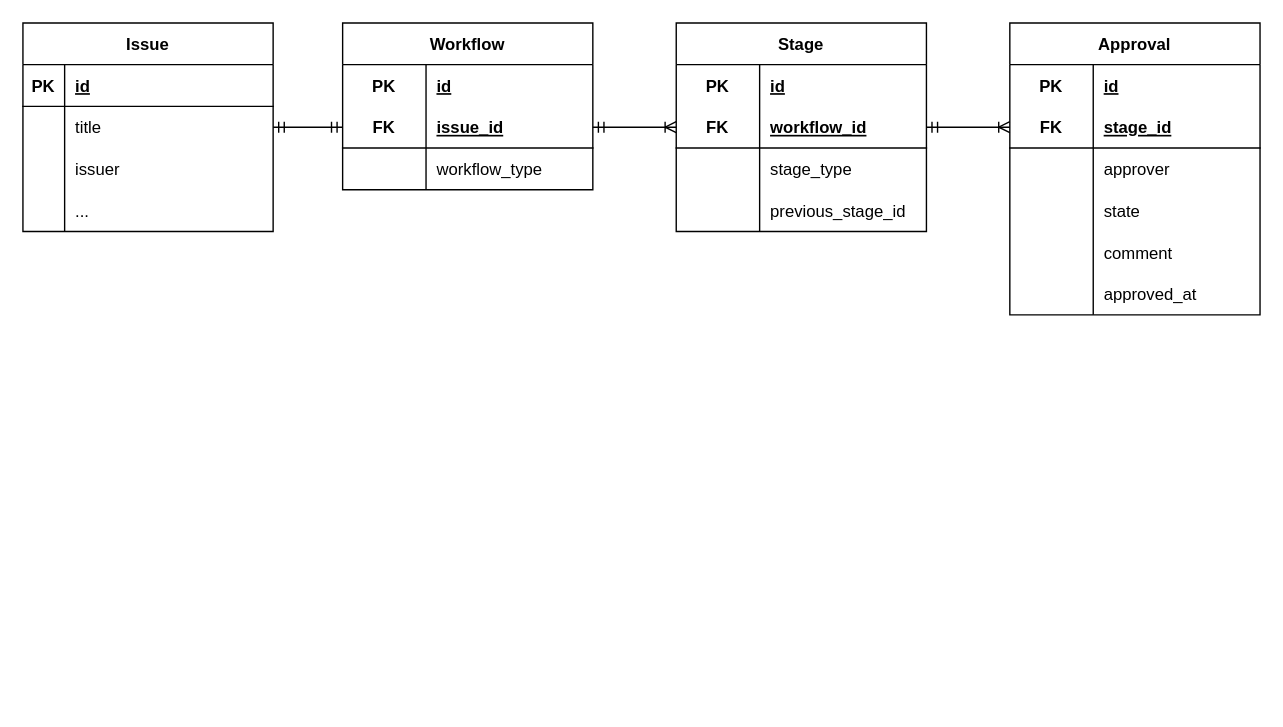
xaver-tomihiro-toyozaki/drf-tutorial keeps this draw.io diagram as workflow.dio. Above is the earlier version. Source tidied: cells renumbered, new cells numbered last; positions are measured from the earlier drawing's top-left corner, leaving out a move shared by most shapes. Both pictures are drawn from the tidied source at 139%, with x=0, y=0 at pixel (22, 22).
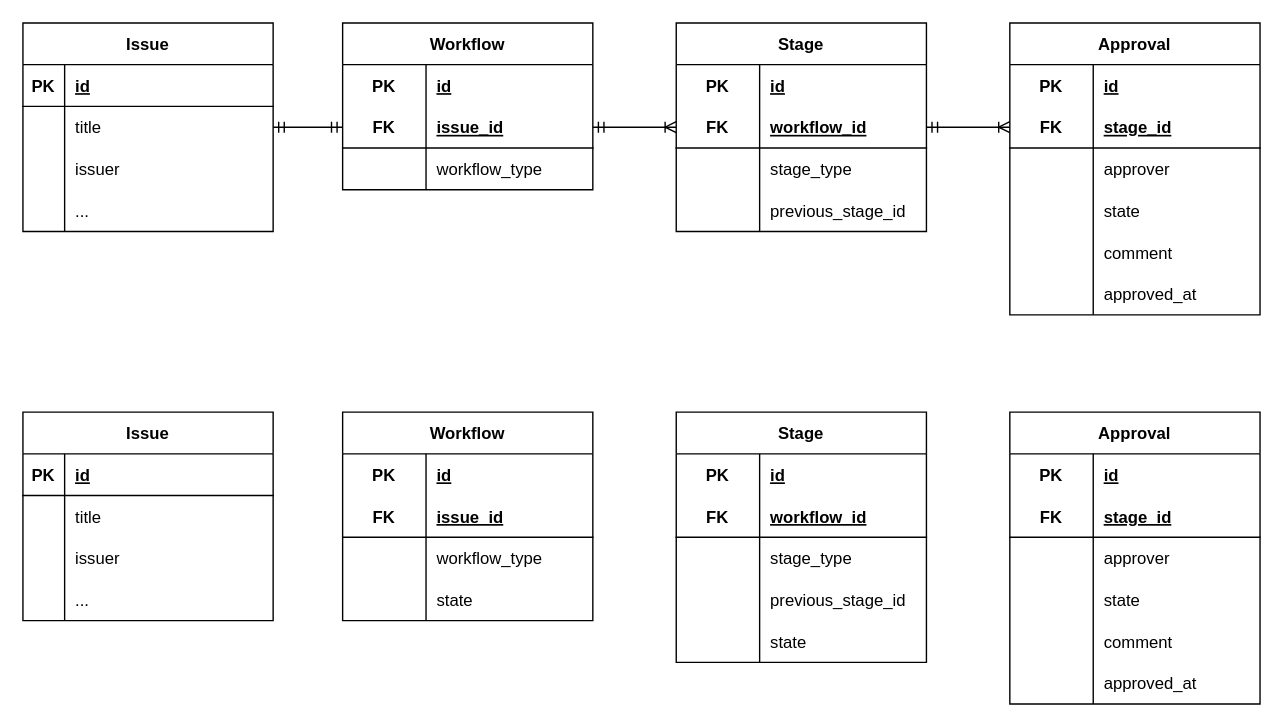
The same diagram, later.

The edit, as a diff of the source:
```diff
@@
+    <mxCell id="60" value="Issue" style="shape=table;startSize=30;childLayout=tableLayout;rowLines=0;fontStyle=1;align=center;" parent="1" vertex="1">
+      <mxGeometry y="280" width="180" height="150" as="geometry" />
+    </mxCell>
+    <mxCell id="61" style="shape=tableRow;horizontal=0;startSize=0;swimlaneHead=0;swimlaneBody=0;fillColor=none;top=0;left=0;right=0;bottom=1;" parent="60" vertex="1">
+      <mxGeometry y="30" width="180" height="30" as="geometry" />
+    </mxCell>
+    <mxCell id="62" value="PK" style="shape=partialRectangle;fillColor=none;top=0;left=0;bottom=0;right=0;fontStyle=1;overflow=hidden;" parent="61" vertex="1">
+      <mxGeometry width="30" height="30" as="geometry" />
+    </mxCell>
+    <mxCell id="63" value="id" style="shape=partialRectangle;fillColor=none;top=0;left=0;bottom=0;right=0;align=left;spacingLeft=6;fontStyle=5;overflow=hidden;" parent="61" vertex="1">
+      <mxGeometry x="30" width="150" height="30" as="geometry" />
+    </mxCell>
+    <mxCell id="64" style="shape=tableRow;horizontal=0;startSize=0;swimlaneHead=0;swimlaneBody=0;fillColor=none;top=0;left=0;right=0;bottom=0;" parent="60" vertex="1">
+      <mxGeometry y="60" width="180" height="30" as="geometry" />
+    </mxCell>
+    <mxCell id="65" style="shape=partialRectangle;fillColor=none;top=0;left=0;bottom=0;right=0;overflow=hidden;" parent="64" vertex="1">
+      <mxGeometry width="30" height="30" as="geometry" />
+    </mxCell>
+    <mxCell id="66" value="title" style="shape=partialRectangle;fillColor=none;top=0;left=0;bottom=0;right=0;align=left;spacingLeft=6;overflow=hidden;" parent="64" vertex="1">
+      <mxGeometry x="30" width="150" height="30" as="geometry" />
+    </mxCell>
+    <mxCell id="67" style="shape=tableRow;horizontal=0;startSize=0;swimlaneHead=0;swimlaneBody=0;fillColor=none;top=0;left=0;right=0;bottom=0;" parent="60" vertex="1">
+      <mxGeometry y="90" width="180" height="30" as="geometry" />
+    </mxCell>
+    <mxCell id="68" style="shape=partialRectangle;fillColor=none;top=0;left=0;bottom=0;right=0;overflow=hidden;" parent="67" vertex="1">
+      <mxGeometry width="30" height="30" as="geometry" />
+    </mxCell>
+    <mxCell id="69" value="issuer" style="shape=partialRectangle;fillColor=none;top=0;left=0;bottom=0;right=0;align=left;spacingLeft=6;overflow=hidden;" parent="67" vertex="1">
+      <mxGeometry x="30" width="150" height="30" as="geometry" />
+    </mxCell>
+    <mxCell id="70" style="shape=tableRow;horizontal=0;startSize=0;swimlaneHead=0;swimlaneBody=0;fillColor=none;top=0;left=0;right=0;bottom=0;" parent="60" vertex="1">
+      <mxGeometry y="120" width="180" height="30" as="geometry" />
+    </mxCell>
+    <mxCell id="71" style="shape=partialRectangle;fillColor=none;top=0;left=0;bottom=0;right=0;overflow=hidden;" parent="70" vertex="1">
+      <mxGeometry width="30" height="30" as="geometry" />
+    </mxCell>
+    <mxCell id="72" value="..." style="shape=partialRectangle;fillColor=none;top=0;left=0;bottom=0;right=0;align=left;spacingLeft=6;overflow=hidden;" parent="70" vertex="1">
+      <mxGeometry x="30" width="150" height="30" as="geometry" />
+    </mxCell>
+    <mxCell id="73" value="Workflow" style="shape=table;startSize=30;childLayout=tableLayout;rowLines=0;fontStyle=1;align=center;" parent="1" vertex="1">
+      <mxGeometry x="230" y="280" width="180" height="150" as="geometry" />
+    </mxCell>
+    <mxCell id="74" style="shape=tableRow;horizontal=0;startSize=0;swimlaneHead=0;swimlaneBody=0;fillColor=none;top=0;left=0;right=0;bottom=0;" parent="73" vertex="1">
+      <mxGeometry y="30" width="180" height="30" as="geometry" />
+    </mxCell>
+    <mxCell id="75" value="PK" style="shape=partialRectangle;fillColor=none;top=0;left=0;bottom=0;right=0;fontStyle=1;overflow=hidden;" parent="74" vertex="1">
+      <mxGeometry width="60" height="30" as="geometry" />
+    </mxCell>
+    <mxCell id="76" value="id" style="shape=partialRectangle;fillColor=none;top=0;left=0;bottom=0;right=0;align=left;spacingLeft=6;fontStyle=5;overflow=hidden;" parent="74" vertex="1">
+      <mxGeometry x="60" width="120" height="30" as="geometry" />
+    </mxCell>
+    <mxCell id="77" style="shape=tableRow;horizontal=0;startSize=0;swimlaneHead=0;swimlaneBody=0;fillColor=none;top=0;left=0;right=0;bottom=1;" parent="73" vertex="1">
+      <mxGeometry y="60" width="180" height="30" as="geometry" />
+    </mxCell>
+    <mxCell id="78" value="FK" style="shape=partialRectangle;fillColor=none;top=0;left=0;bottom=0;right=0;fontStyle=1;overflow=hidden;" parent="77" vertex="1">
+      <mxGeometry width="60" height="30" as="geometry" />
+    </mxCell>
+    <mxCell id="79" value="issue_id" style="shape=partialRectangle;fillColor=none;top=0;left=0;bottom=0;right=0;align=left;spacingLeft=6;fontStyle=5;overflow=hidden;" parent="77" vertex="1">
+      <mxGeometry x="60" width="120" height="30" as="geometry" />
+    </mxCell>
+    <mxCell id="80" style="shape=tableRow;horizontal=0;startSize=0;swimlaneHead=0;swimlaneBody=0;fillColor=none;top=0;left=0;right=0;bottom=0;" parent="73" vertex="1">
+      <mxGeometry y="90" width="180" height="30" as="geometry" />
+    </mxCell>
+    <mxCell id="81" style="shape=partialRectangle;fillColor=none;top=0;left=0;bottom=0;right=0;overflow=hidden;" parent="80" vertex="1">
+      <mxGeometry width="60" height="30" as="geometry" />
+    </mxCell>
+    <mxCell id="82" value="workflow_type" style="shape=partialRectangle;fillColor=none;top=0;left=0;bottom=0;right=0;align=left;spacingLeft=6;overflow=hidden;" parent="80" vertex="1">
+      <mxGeometry x="60" width="120" height="30" as="geometry" />
+    </mxCell>
+    <mxCell id="83" style="shape=tableRow;horizontal=0;startSize=0;swimlaneHead=0;swimlaneBody=0;fillColor=none;top=0;left=0;right=0;bottom=0;" parent="73" vertex="1">
+      <mxGeometry y="120" width="180" height="30" as="geometry" />
+    </mxCell>
+    <mxCell id="84" style="shape=partialRectangle;fillColor=none;top=0;left=0;bottom=0;right=0;overflow=hidden;" parent="83" vertex="1">
+      <mxGeometry width="60" height="30" as="geometry" />
+    </mxCell>
+    <mxCell id="85" value="state" style="shape=partialRectangle;fillColor=none;top=0;left=0;bottom=0;right=0;align=left;spacingLeft=6;overflow=hidden;" parent="83" vertex="1">
+      <mxGeometry x="60" width="120" height="30" as="geometry" />
+    </mxCell>
+    <mxCell id="86" value="Stage" style="shape=table;startSize=30;childLayout=tableLayout;rowLines=0;fontStyle=1;align=center;" parent="1" vertex="1">
+      <mxGeometry x="470" y="280" width="180" height="180" as="geometry" />
+    </mxCell>
+    <mxCell id="87" style="shape=tableRow;horizontal=0;startSize=0;swimlaneHead=0;swimlaneBody=0;fillColor=none;top=0;left=0;right=0;bottom=0;" parent="86" vertex="1">
+      <mxGeometry y="30" width="180" height="30" as="geometry" />
+    </mxCell>
+    <mxCell id="88" value="PK" style="shape=partialRectangle;fillColor=none;top=0;left=0;bottom=0;right=0;fontStyle=1;overflow=hidden;" parent="87" vertex="1">
+      <mxGeometry width="60" height="30" as="geometry" />
+    </mxCell>
+    <mxCell id="89" value="id" style="shape=partialRectangle;fillColor=none;top=0;left=0;bottom=0;right=0;align=left;spacingLeft=6;fontStyle=5;overflow=hidden;" parent="87" vertex="1">
+      <mxGeometry x="60" width="120" height="30" as="geometry" />
+    </mxCell>
+    <mxCell id="90" style="shape=tableRow;horizontal=0;startSize=0;swimlaneHead=0;swimlaneBody=0;fillColor=none;top=0;left=0;right=0;bottom=1;" parent="86" vertex="1">
+      <mxGeometry y="60" width="180" height="30" as="geometry" />
+    </mxCell>
+    <mxCell id="91" value="FK" style="shape=partialRectangle;fillColor=none;top=0;left=0;bottom=0;right=0;fontStyle=1;overflow=hidden;" parent="90" vertex="1">
+      <mxGeometry width="60" height="30" as="geometry" />
+    </mxCell>
+    <mxCell id="92" value="workflow_id" style="shape=partialRectangle;fillColor=none;top=0;left=0;bottom=0;right=0;align=left;spacingLeft=6;fontStyle=5;overflow=hidden;" parent="90" vertex="1">
+      <mxGeometry x="60" width="120" height="30" as="geometry" />
+    </mxCell>
+    <mxCell id="93" style="shape=tableRow;horizontal=0;startSize=0;swimlaneHead=0;swimlaneBody=0;fillColor=none;top=0;left=0;right=0;bottom=0;" parent="86" vertex="1">
+      <mxGeometry y="90" width="180" height="30" as="geometry" />
+    </mxCell>
+    <mxCell id="94" style="shape=partialRectangle;fillColor=none;top=0;left=0;bottom=0;right=0;overflow=hidden;" parent="93" vertex="1">
+      <mxGeometry width="60" height="30" as="geometry" />
+    </mxCell>
+    <mxCell id="95" value="stage_type" style="shape=partialRectangle;fillColor=none;top=0;left=0;bottom=0;right=0;align=left;spacingLeft=6;overflow=hidden;" parent="93" vertex="1">
+      <mxGeometry x="60" width="120" height="30" as="geometry" />
+    </mxCell>
+    <mxCell id="96" style="shape=tableRow;horizontal=0;startSize=0;swimlaneHead=0;swimlaneBody=0;fillColor=none;top=0;left=0;right=0;bottom=0;" parent="86" vertex="1">
+      <mxGeometry y="120" width="180" height="30" as="geometry" />
+    </mxCell>
+    <mxCell id="97" style="shape=partialRectangle;fillColor=none;top=0;left=0;bottom=0;right=0;overflow=hidden;" parent="96" vertex="1">
+      <mxGeometry width="60" height="30" as="geometry" />
+    </mxCell>
+    <mxCell id="98" value="previous_stage_id" style="shape=partialRectangle;fillColor=none;top=0;left=0;bottom=0;right=0;align=left;spacingLeft=6;overflow=hidden;" parent="96" vertex="1">
+      <mxGeometry x="60" width="120" height="30" as="geometry" />
+    </mxCell>
+    <mxCell id="99" style="shape=tableRow;horizontal=0;startSize=0;swimlaneHead=0;swimlaneBody=0;fillColor=none;top=0;left=0;right=0;bottom=0;" parent="86" vertex="1">
+      <mxGeometry y="150" width="180" height="30" as="geometry" />
+    </mxCell>
+    <mxCell id="100" style="shape=partialRectangle;fillColor=none;top=0;left=0;bottom=0;right=0;overflow=hidden;" parent="99" vertex="1">
+      <mxGeometry width="60" height="30" as="geometry" />
+    </mxCell>
+    <mxCell id="101" value="state" style="shape=partialRectangle;fillColor=none;top=0;left=0;bottom=0;right=0;align=left;spacingLeft=6;overflow=hidden;" parent="99" vertex="1">
+      <mxGeometry x="60" width="120" height="30" as="geometry" />
+    </mxCell>
+    <mxCell id="102" value="Approval" style="shape=table;startSize=30;childLayout=tableLayout;rowLines=0;fontStyle=1;align=center;" parent="1" vertex="1">
+      <mxGeometry x="710" y="280" width="180" height="210" as="geometry" />
+    </mxCell>
+    <mxCell id="103" style="shape=tableRow;horizontal=0;startSize=0;swimlaneHead=0;swimlaneBody=0;fillColor=none;top=0;left=0;right=0;bottom=0;" parent="102" vertex="1">
+      <mxGeometry y="30" width="180" height="30" as="geometry" />
+    </mxCell>
+    <mxCell id="104" value="PK" style="shape=partialRectangle;fillColor=none;top=0;left=0;bottom=0;right=0;fontStyle=1;overflow=hidden;" parent="103" vertex="1">
+      <mxGeometry width="60" height="30" as="geometry" />
+    </mxCell>
+    <mxCell id="105" value="id" style="shape=partialRectangle;fillColor=none;top=0;left=0;bottom=0;right=0;align=left;spacingLeft=6;fontStyle=5;overflow=hidden;" parent="103" vertex="1">
+      <mxGeometry x="60" width="120" height="30" as="geometry" />
+    </mxCell>
+    <mxCell id="106" style="shape=tableRow;horizontal=0;startSize=0;swimlaneHead=0;swimlaneBody=0;fillColor=none;top=0;left=0;right=0;bottom=1;" parent="102" vertex="1">
+      <mxGeometry y="60" width="180" height="30" as="geometry" />
+    </mxCell>
+    <mxCell id="107" value="FK" style="shape=partialRectangle;fillColor=none;top=0;left=0;bottom=0;right=0;fontStyle=1;overflow=hidden;" parent="106" vertex="1">
+      <mxGeometry width="60" height="30" as="geometry" />
+    </mxCell>
+    <mxCell id="108" value="stage_id" style="shape=partialRectangle;fillColor=none;top=0;left=0;bottom=0;right=0;align=left;spacingLeft=6;fontStyle=5;overflow=hidden;" parent="106" vertex="1">
+      <mxGeometry x="60" width="120" height="30" as="geometry" />
+    </mxCell>
+    <mxCell id="109" style="shape=tableRow;horizontal=0;startSize=0;swimlaneHead=0;swimlaneBody=0;fillColor=none;top=0;left=0;right=0;bottom=0;" parent="102" vertex="1">
+      <mxGeometry y="90" width="180" height="30" as="geometry" />
+    </mxCell>
+    <mxCell id="110" style="shape=partialRectangle;fillColor=none;top=0;left=0;bottom=0;right=0;overflow=hidden;" parent="109" vertex="1">
+      <mxGeometry width="60" height="30" as="geometry" />
+    </mxCell>
+    <mxCell id="111" value="approver" style="shape=partialRectangle;fillColor=none;top=0;left=0;bottom=0;right=0;align=left;spacingLeft=6;overflow=hidden;" parent="109" vertex="1">
+      <mxGeometry x="60" width="120" height="30" as="geometry" />
+    </mxCell>
+    <mxCell id="112" style="shape=tableRow;horizontal=0;startSize=0;swimlaneHead=0;swimlaneBody=0;fillColor=none;top=0;left=0;right=0;bottom=0;" parent="102" vertex="1">
+      <mxGeometry y="120" width="180" height="30" as="geometry" />
+    </mxCell>
+    <mxCell id="113" style="shape=partialRectangle;fillColor=none;top=0;left=0;bottom=0;right=0;overflow=hidden;" parent="112" vertex="1">
+      <mxGeometry width="60" height="30" as="geometry" />
+    </mxCell>
+    <mxCell id="114" value="state " style="shape=partialRectangle;fillColor=none;top=0;left=0;bottom=0;right=0;align=left;spacingLeft=6;overflow=hidden;" parent="112" vertex="1">
+      <mxGeometry x="60" width="120" height="30" as="geometry" />
+    </mxCell>
+    <mxCell id="115" style="shape=tableRow;horizontal=0;startSize=0;swimlaneHead=0;swimlaneBody=0;fillColor=none;top=0;left=0;right=0;bottom=0;" parent="102" vertex="1">
+      <mxGeometry y="150" width="180" height="30" as="geometry" />
+    </mxCell>
+    <mxCell id="116" style="shape=partialRectangle;fillColor=none;top=0;left=0;bottom=0;right=0;overflow=hidden;" parent="115" vertex="1">
+      <mxGeometry width="60" height="30" as="geometry" />
+    </mxCell>
+    <mxCell id="117" value="comment" style="shape=partialRectangle;fillColor=none;top=0;left=0;bottom=0;right=0;align=left;spacingLeft=6;overflow=hidden;" parent="115" vertex="1">
+      <mxGeometry x="60" width="120" height="30" as="geometry" />
+    </mxCell>
+    <mxCell id="118" style="shape=tableRow;horizontal=0;startSize=0;swimlaneHead=0;swimlaneBody=0;fillColor=none;top=0;left=0;right=0;bottom=0;" parent="102" vertex="1">
+      <mxGeometry y="180" width="180" height="30" as="geometry" />
+    </mxCell>
+    <mxCell id="119" style="shape=partialRectangle;fillColor=none;top=0;left=0;bottom=0;right=0;overflow=hidden;" parent="118" vertex="1">
+      <mxGeometry width="60" height="30" as="geometry" />
+    </mxCell>
+    <mxCell id="120" value="approved_at" style="shape=partialRectangle;fillColor=none;top=0;left=0;bottom=0;right=0;align=left;spacingLeft=6;overflow=hidden;" parent="118" vertex="1">
+      <mxGeometry x="60" width="120" height="30" as="geometry" />
+    </mxCell>
```
